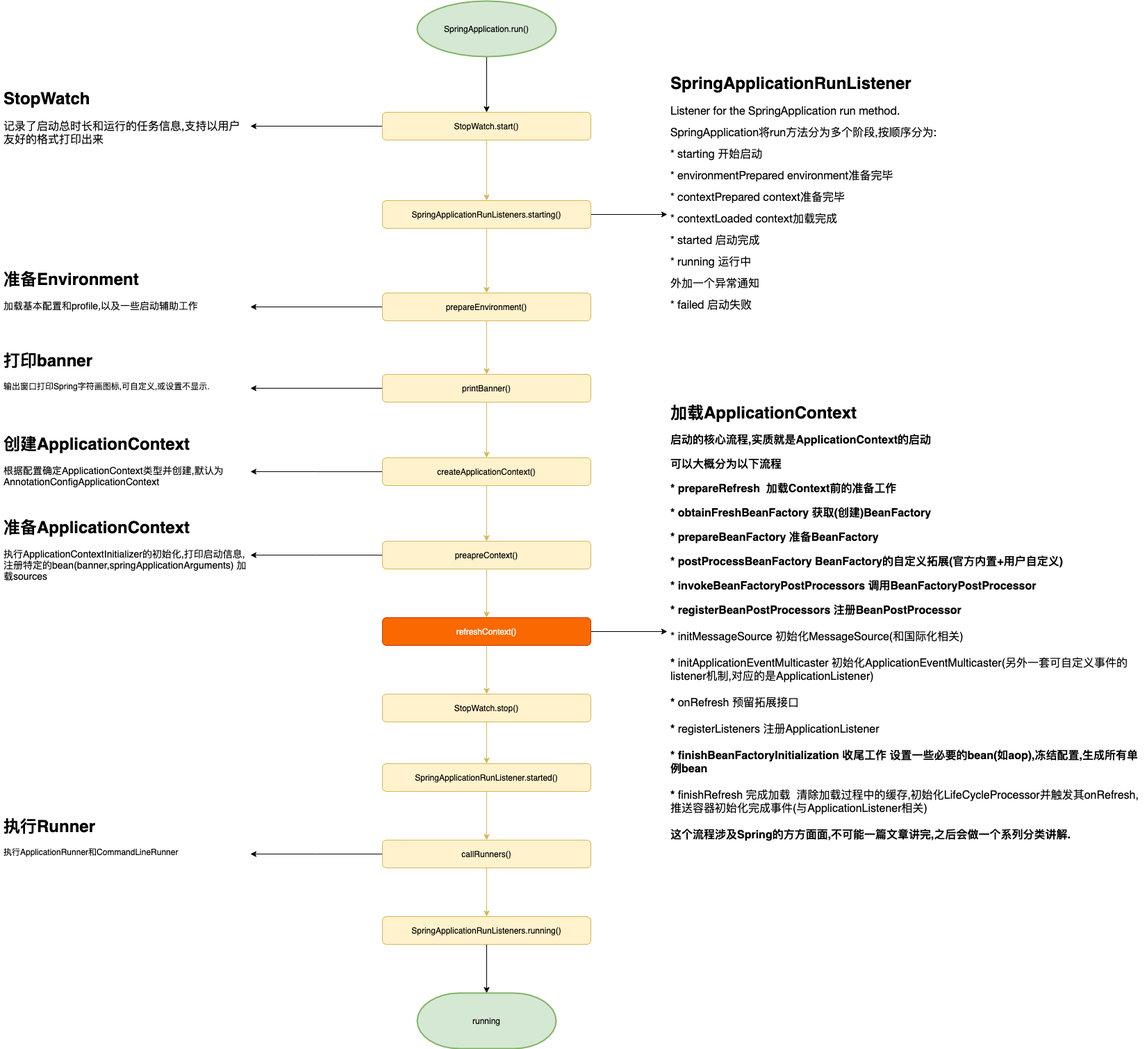
Before: article/Spring/img/SpringBoot-startup.png, a diagram exported from draw.io (alonWang/alonWang.github.io). Source tidied: cells renumbered, new cells last; positions are measured from the earlier drawing's top-left corner, leaving out a move shared by most shapes.
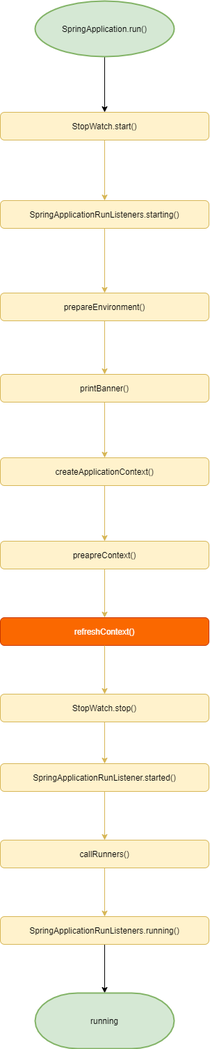
After the commit.

Change to the diagram source:
```diff
@@ -11,27 +11,18 @@
     <mxCell id="4" style="edgeStyle=orthogonalEdgeStyle;rounded=0;jettySize=auto;html=1;entryX=0.5;entryY=0;entryDx=0;entryDy=0;exitX=0.5;exitY=1;exitDx=0;exitDy=0;fillColor=#fff2cc;strokeColor=#d6b656;" parent="1" edge="1" source="6" target="17">
       <mxGeometry relative="1" as="geometry" />
     </mxCell>
-    <mxCell id="5" style="edgeStyle=orthogonalEdgeStyle;rounded=0;jettySize=auto;html=1;entryX=1;entryY=0.5;entryDx=0;entryDy=0;" parent="1" edge="1" source="6" target="29">
-      <mxGeometry relative="1" as="geometry" />
-    </mxCell>
     <mxCell id="6" value="StopWatch.start()" style="rounded=1;whiteSpace=wrap;html=1;fillColor=#fff2cc;strokeColor=#d6b656;" parent="1" vertex="1">
       <mxGeometry x="550" y="160" width="300" height="40" as="geometry" />
     </mxCell>
     <mxCell id="7" style="edgeStyle=orthogonalEdgeStyle;rounded=0;jettySize=auto;html=1;exitX=0.5;exitY=1;exitDx=0;exitDy=0;entryX=0.5;entryY=0;entryDx=0;entryDy=0;fillColor=#fff2cc;strokeColor=#d6b656;" parent="1" edge="1" source="9" target="32">
       <mxGeometry relative="1" as="geometry" />
     </mxCell>
-    <mxCell id="8" style="edgeStyle=orthogonalEdgeStyle;rounded=0;jettySize=auto;html=1;entryX=1;entryY=0.5;entryDx=0;entryDy=0;" parent="1" edge="1" source="9" target="37">
-      <mxGeometry relative="1" as="geometry" />
-    </mxCell>
     <mxCell id="9" value="prepareEnvironment()" style="rounded=1;whiteSpace=wrap;html=1;fillColor=#fff2cc;strokeColor=#d6b656;" parent="1" vertex="1">
       <mxGeometry x="550" y="420" width="300" height="40" as="geometry" />
     </mxCell>
     <mxCell id="10" style="edgeStyle=orthogonalEdgeStyle;rounded=0;jettySize=auto;html=1;fillColor=#fff2cc;strokeColor=#d6b656;" parent="1" edge="1" source="12" target="14">
       <mxGeometry relative="1" as="geometry" />
     </mxCell>
-    <mxCell id="11" style="edgeStyle=orthogonalEdgeStyle;rounded=0;jettySize=auto;html=1;" parent="1" edge="1" source="12" target="42">
-      <mxGeometry relative="1" as="geometry" />
-    </mxCell>
     <mxCell id="12" value="callRunners()" style="rounded=1;whiteSpace=wrap;html=1;fillColor=#fff2cc;strokeColor=#d6b656;" parent="1" vertex="1">
       <mxGeometry x="550" y="1207" width="300" height="40" as="geometry" />
     </mxCell>
@@ -44,24 +35,15 @@
     <mxCell id="15" style="edgeStyle=orthogonalEdgeStyle;rounded=0;jettySize=auto;html=1;exitX=0.5;exitY=1;exitDx=0;exitDy=0;entryX=0.5;entryY=0;entryDx=0;entryDy=0;fillColor=#fff2cc;strokeColor=#d6b656;" parent="1" edge="1" source="17" target="9">
       <mxGeometry relative="1" as="geometry" />
     </mxCell>
-    <mxCell id="16" style="edgeStyle=orthogonalEdgeStyle;rounded=0;jettySize=auto;html=1;entryX=0;entryY=0.5;entryDx=0;entryDy=0;" parent="1" edge="1" source="17" target="36">
-      <mxGeometry relative="1" as="geometry" />
-    </mxCell>
     <mxCell id="17" value="SpringApplicationRunListeners.starting()" style="rounded=1;whiteSpace=wrap;html=1;fillColor=#fff2cc;strokeColor=#d6b656;" parent="1" vertex="1">
       <mxGeometry x="550" y="287" width="300" height="40" as="geometry" />
     </mxCell>
     <mxCell id="18" style="edgeStyle=orthogonalEdgeStyle;rounded=0;jettySize=auto;html=1;fillColor=#fff2cc;strokeColor=#d6b656;" parent="1" edge="1" source="20" target="22">
       <mxGeometry relative="1" as="geometry" />
     </mxCell>
-    <mxCell id="19" style="edgeStyle=orthogonalEdgeStyle;rounded=0;jettySize=auto;html=1;" parent="1" edge="1" source="20" target="40">
-      <mxGeometry relative="1" as="geometry" />
-    </mxCell>
     <mxCell id="20" value="preapreContext()" style="rounded=1;whiteSpace=wrap;html=1;fillColor=#fff2cc;strokeColor=#d6b656;" parent="1" vertex="1">
       <mxGeometry x="550" y="777" width="300" height="40" as="geometry" />
     </mxCell>
-    <mxCell id="21" style="edgeStyle=orthogonalEdgeStyle;rounded=0;jettySize=auto;html=1;entryX=0;entryY=0.5;entryDx=0;entryDy=0;" parent="1" edge="1" source="22" target="41">
-      <mxGeometry relative="1" as="geometry" />
-    </mxCell>
     <mxCell id="22" value="refreshContext()" style="rounded=1;whiteSpace=wrap;html=1;fillColor=#fa6800;strokeColor=#C73500;fontColor=#ffffff;" parent="1" vertex="1">
       <mxGeometry x="550" y="887" width="300" height="40" as="geometry" />
     </mxCell>
@@ -83,47 +65,17 @@
     <mxCell id="28" value="running" style="strokeWidth=2;html=1;shape=mxgraph.flowchart.terminator;whiteSpace=wrap;fillColor=#d5e8d4;strokeColor=#82b366;" parent="1" vertex="1">
       <mxGeometry x="600" y="1427" width="200" height="80" as="geometry" />
     </mxCell>
-    <mxCell id="29" value="&lt;h1&gt;StopWatch&lt;/h1&gt;&lt;p&gt;&lt;span style=&quot;font-family: &amp;#34;open sans&amp;#34; , &amp;#34;clear sans&amp;#34; , &amp;#34;helvetica neue&amp;#34; , &amp;#34;helvetica&amp;#34; , &amp;#34;arial&amp;#34; , sans-serif ; font-size: 16px ; background-color: rgb(255 , 255 , 255)&quot;&gt;记录了启动总时长和运行的任务信息,支持以用户友好的格式打印出来&lt;/span&gt;&lt;br&gt;&lt;/p&gt;" style="text;html=1;fillColor=none;spacing=5;spacingTop=-20;whiteSpace=wrap;overflow=hidden;rounded=0;" parent="1" vertex="1">
-      <mxGeometry y="120.8" width="360" height="118.5" as="geometry" />
-    </mxCell>
     <mxCell id="30" style="edgeStyle=orthogonalEdgeStyle;rounded=0;jettySize=auto;html=1;exitX=0.5;exitY=1;exitDx=0;exitDy=0;entryX=0.5;entryY=0;entryDx=0;entryDy=0;fillColor=#fff2cc;strokeColor=#d6b656;" parent="1" edge="1" source="32" target="35">
       <mxGeometry relative="1" as="geometry" />
     </mxCell>
-    <mxCell id="31" style="edgeStyle=orthogonalEdgeStyle;rounded=0;jettySize=auto;html=1;exitX=0;exitY=0.5;exitDx=0;exitDy=0;entryX=1;entryY=0.5;entryDx=0;entryDy=0;" parent="1" edge="1" source="32" target="38">
-      <mxGeometry relative="1" as="geometry" />
-    </mxCell>
     <mxCell id="32" value="printBanner()" style="rounded=1;whiteSpace=wrap;html=1;fillColor=#fff2cc;strokeColor=#d6b656;" parent="1" vertex="1">
       <mxGeometry x="550" y="537" width="300" height="40" as="geometry" />
     </mxCell>
     <mxCell id="33" style="edgeStyle=orthogonalEdgeStyle;rounded=0;jettySize=auto;html=1;exitX=0.5;exitY=1;exitDx=0;exitDy=0;entryX=0.5;entryY=0;entryDx=0;entryDy=0;fillColor=#fff2cc;strokeColor=#d6b656;" parent="1" edge="1" source="35" target="20">
       <mxGeometry relative="1" as="geometry" />
     </mxCell>
-    <mxCell id="34" style="edgeStyle=orthogonalEdgeStyle;rounded=0;jettySize=auto;html=1;" parent="1" edge="1" source="35" target="39">
-      <mxGeometry relative="1" as="geometry" />
-    </mxCell>
     <mxCell id="35" value="createApplicationContext()" style="rounded=1;whiteSpace=wrap;html=1;fillColor=#fff2cc;strokeColor=#d6b656;" parent="1" vertex="1">
       <mxGeometry x="550" y="657" width="300" height="40" as="geometry" />
     </mxCell>
-    <mxCell id="36" value="&lt;h1&gt;SpringApplicationRunListener&lt;/h1&gt;&lt;p&gt;&lt;font face=&quot;open sans, clear sans, helvetica neue, helvetica, arial, sans-serif&quot;&gt;&lt;span style=&quot;font-size: 16px ; background-color: rgb(255 , 255 , 255)&quot;&gt;Listener for the SpringApplication run method.&lt;/span&gt;&lt;/font&gt;&lt;/p&gt;&lt;p&gt;&lt;font face=&quot;open sans, clear sans, helvetica neue, helvetica, arial, sans-serif&quot;&gt;&lt;span style=&quot;font-size: 16px ; background-color: rgb(255 , 255 , 255)&quot;&gt;SpringApplication将run方法分为多个阶段,&lt;/span&gt;&lt;/font&gt;&lt;span style=&quot;background-color: rgb(255 , 255 , 255) ; font-size: 16px ; font-family: &amp;#34;open sans&amp;#34; , &amp;#34;clear sans&amp;#34; , &amp;#34;helvetica neue&amp;#34; , &amp;#34;helvetica&amp;#34; , &amp;#34;arial&amp;#34; , sans-serif&quot;&gt;按顺序分为:&lt;/span&gt;&lt;/p&gt;&lt;p&gt;&lt;font face=&quot;open sans, clear sans, helvetica neue, helvetica, arial, sans-serif&quot;&gt;&lt;span style=&quot;font-size: 16px ; background-color: rgb(255 , 255 , 255)&quot;&gt;* starting 开始启动&lt;/span&gt;&lt;/font&gt;&lt;/p&gt;&lt;p&gt;&lt;font face=&quot;open sans, clear sans, helvetica neue, helvetica, arial, sans-serif&quot;&gt;&lt;span style=&quot;font-size: 16px ; background-color: rgb(255 , 255 , 255)&quot;&gt;* environmentPrepared environment准备完毕&lt;/span&gt;&lt;/font&gt;&lt;/p&gt;&lt;p&gt;&lt;font face=&quot;open sans, clear sans, helvetica neue, helvetica, arial, sans-serif&quot;&gt;&lt;span style=&quot;font-size: 16px ; background-color: rgb(255 , 255 , 255)&quot;&gt;* contextPrepared context准备完毕&lt;/span&gt;&lt;/font&gt;&lt;/p&gt;&lt;p&gt;&lt;font face=&quot;open sans, clear sans, helvetica neue, helvetica, arial, sans-serif&quot;&gt;&lt;span style=&quot;font-size: 16px ; background-color: rgb(255 , 255 , 255)&quot;&gt;* contextLoaded context加载完成&lt;/span&gt;&lt;/font&gt;&lt;/p&gt;&lt;p&gt;&lt;font face=&quot;open sans, clear sans, helvetica neue, helvetica, arial, sans-serif&quot;&gt;&lt;span style=&quot;font-size: 16px ; background-color: rgb(255 , 255 , 255)&quot;&gt;* started 启动完成&lt;/span&gt;&lt;/font&gt;&lt;/p&gt;&lt;p&gt;&lt;font face=&quot;open sans, clear sans, helvetica neue, helvetica, arial, sans-serif&quot;&gt;&lt;span style=&quot;font-size: 16px ; background-color: rgb(255 , 255 , 255)&quot;&gt;* running 运行中&lt;/span&gt;&lt;/font&gt;&lt;/p&gt;&lt;p&gt;&lt;font face=&quot;open sans, clear sans, helvetica neue, helvetica, arial, sans-serif&quot;&gt;&lt;span style=&quot;font-size: 16px ; background-color: rgb(255 , 255 , 255)&quot;&gt;外加一个异常通知&lt;/span&gt;&lt;/font&gt;&lt;/p&gt;&lt;p&gt;&lt;font face=&quot;open sans, clear sans, helvetica neue, helvetica, arial, sans-serif&quot;&gt;&lt;span style=&quot;font-size: 16px ; background-color: rgb(255 , 255 , 255)&quot;&gt;* failed 启动失败&lt;/span&gt;&lt;/font&gt;&lt;/p&gt;&lt;p&gt;&lt;font face=&quot;open sans, clear sans, helvetica neue, helvetica, arial, sans-serif&quot;&gt;&lt;span style=&quot;font-size: 16px ; background-color: rgb(255 , 255 , 255)&quot;&gt;&lt;br&gt;&lt;/span&gt;&lt;/font&gt;&lt;/p&gt;&lt;p&gt;&lt;font face=&quot;open sans, clear sans, helvetica neue, helvetica, arial, sans-serif&quot;&gt;&lt;span style=&quot;font-size: 16px ; background-color: rgb(255 , 255 , 255)&quot;&gt;&lt;br&gt;&lt;/span&gt;&lt;/font&gt;&lt;/p&gt;&lt;p&gt;&lt;font face=&quot;open sans, clear sans, helvetica neue, helvetica, arial, sans-serif&quot;&gt;&lt;span style=&quot;font-size: 16px ; background-color: rgb(255 , 255 , 255)&quot;&gt;&lt;br&gt;&lt;/span&gt;&lt;/font&gt;&lt;/p&gt;&lt;p&gt;&lt;font face=&quot;open sans, clear sans, helvetica neue, helvetica, arial, sans-serif&quot;&gt;&lt;span style=&quot;font-size: 16px ; background-color: rgb(255 , 255 , 255)&quot;&gt;&lt;br&gt;&lt;/span&gt;&lt;/font&gt;&lt;/p&gt;&lt;p&gt;&lt;font face=&quot;open sans, clear sans, helvetica neue, helvetica, arial, sans-serif&quot;&gt;&lt;span style=&quot;font-size: 16px ; background-color: rgb(255 , 255 , 255)&quot;&gt;&lt;br&gt;&lt;/span&gt;&lt;/font&gt;&lt;/p&gt;&lt;p&gt;&lt;font face=&quot;open sans, clear sans, helvetica neue, helvetica, arial, sans-serif&quot;&gt;&lt;span style=&quot;font-size: 16px ; background-color: rgb(255 , 255 , 255)&quot;&gt;&lt;br&gt;&lt;/span&gt;&lt;/font&gt;&lt;/p&gt;&lt;p&gt;&lt;font face=&quot;open sans, clear sans, helvetica neue, helvetica, arial, sans-serif&quot;&gt;&lt;span style=&quot;font-size: 16px ; background-color: rgb(255 , 255 , 255)&quot;&gt;&lt;br&gt;&lt;/span&gt;&lt;/font&gt;&lt;/p&gt;&lt;p&gt;&lt;font face=&quot;open sans, clear sans, helvetica neue, helvetica, arial, sans-serif&quot;&gt;&lt;span style=&quot;font-size: 16px ; background-color: rgb(255 , 255 , 255)&quot;&gt;&lt;br&gt;&lt;/span&gt;&lt;/font&gt;&lt;/p&gt;&lt;p&gt;&lt;font face=&quot;open sans, clear sans, helvetica neue, helvetica, arial, sans-serif&quot;&gt;&lt;span style=&quot;font-size: 16px ; background-color: rgb(255 , 255 , 255)&quot;&gt;&lt;br&gt;&lt;/span&gt;&lt;/font&gt;&lt;/p&gt;&lt;p&gt;&lt;font face=&quot;open sans, clear sans, helvetica neue, helvetica, arial, sans-serif&quot;&gt;&lt;span style=&quot;font-size: 16px ; background-color: rgb(255 , 255 , 255)&quot;&gt;&lt;br&gt;&lt;/span&gt;&lt;/font&gt;&lt;/p&gt;&lt;p&gt;&lt;font face=&quot;open sans, clear sans, helvetica neue, helvetica, arial, sans-serif&quot;&gt;&lt;span style=&quot;font-size: 16px ; background-color: rgb(255 , 255 , 255)&quot;&gt;&lt;br&gt;&lt;/span&gt;&lt;/font&gt;&lt;/p&gt;" style="text;html=1;fillColor=none;spacing=5;spacingTop=-20;whiteSpace=wrap;overflow=hidden;rounded=0;" parent="1" vertex="1">
-      <mxGeometry x="960" y="99.3" width="600" height="415.4" as="geometry" />
-    </mxCell>
-    <mxCell id="37" value="&lt;h1&gt;准备Environment&lt;/h1&gt;&lt;p&gt;&lt;font style=&quot;font-size: 14px&quot;&gt;加载基本配置和profile,以及一些启动辅助工作&lt;/font&gt;&lt;/p&gt;" style="text;html=1;fillColor=none;spacing=5;spacingTop=-20;whiteSpace=wrap;overflow=hidden;rounded=0;" parent="1" vertex="1">
-      <mxGeometry y="380.8" width="360" height="118.5" as="geometry" />
-    </mxCell>
-    <mxCell id="38" value="&lt;h1&gt;打印banner&lt;/h1&gt;&lt;p&gt;输出窗口打印Spring字符画图标,可自定义,或设置不显示.&lt;/p&gt;" style="text;html=1;fillColor=none;spacing=5;spacingTop=-20;whiteSpace=wrap;overflow=hidden;rounded=0;" parent="1" vertex="1">
-      <mxGeometry y="497.8" width="360" height="118.5" as="geometry" />
-    </mxCell>
-    <mxCell id="39" value="&lt;h1&gt;创建ApplicationContext&lt;/h1&gt;&lt;p&gt;&lt;font style=&quot;font-size: 14px&quot;&gt;根据配置确定ApplicationContext类型并创建,默认为AnnotationConfigApplicationContext&lt;/font&gt;&lt;/p&gt;" style="text;html=1;fillColor=none;spacing=5;spacingTop=-20;whiteSpace=wrap;overflow=hidden;rounded=0;" parent="1" vertex="1">
-      <mxGeometry y="617.8" width="360" height="118.5" as="geometry" />
-    </mxCell>
-    <mxCell id="40" value="&lt;h1&gt;准备ApplicationContext&lt;/h1&gt;&lt;p&gt;&lt;font style=&quot;font-size: 14px&quot;&gt;执行ApplicationContextInitializer的初始化,打印启动信息,注册特定的bean(banner,springApplicationArguments) 加载sources&lt;/font&gt;&lt;/p&gt;" style="text;html=1;fillColor=none;spacing=5;spacingTop=-20;whiteSpace=wrap;overflow=hidden;rounded=0;" parent="1" vertex="1">
-      <mxGeometry y="737.8" width="360" height="118.5" as="geometry" />
-    </mxCell>
-    <mxCell id="41" value="&lt;h1&gt;加载ApplicationContext&lt;/h1&gt;&lt;p style=&quot;font-size: 16px&quot;&gt;&lt;b&gt;启动的核心&lt;font style=&quot;font-size: 16px&quot;&gt;流程,实质就是ApplicationContext的启动&lt;/font&gt;&lt;/b&gt;&lt;/p&gt;&lt;p style=&quot;font-size: 16px&quot;&gt;&lt;b&gt;&lt;font style=&quot;font-size: 16px&quot;&gt;可以大概分为以下流程&lt;/font&gt;&lt;/b&gt;&lt;/p&gt;&lt;p style=&quot;font-size: 16px&quot;&gt;&lt;b&gt;&lt;font style=&quot;font-size: 16px&quot;&gt;* prepareRefresh&amp;nbsp; 加载Context前的准备工作&lt;/font&gt;&lt;/b&gt;&lt;/p&gt;&lt;p style=&quot;font-size: 16px&quot;&gt;&lt;b&gt;&lt;font style=&quot;font-size: 16px&quot;&gt;* obtainFreshBeanFactory 获取(创建)BeanFactory&lt;/font&gt;&lt;/b&gt;&lt;/p&gt;&lt;p style=&quot;font-size: 16px&quot;&gt;&lt;b&gt;&lt;font style=&quot;font-size: 16px&quot;&gt;* prepareBeanFactory 准备BeanFactory&lt;/font&gt;&lt;/b&gt;&lt;/p&gt;&lt;p style=&quot;font-size: 16px&quot;&gt;&lt;b&gt;&lt;font style=&quot;font-size: 16px&quot;&gt;* postProcessBeanFactory BeanFactory的自定义拓展(官方内置+用户自定义)&lt;/font&gt;&lt;/b&gt;&lt;/p&gt;&lt;p style=&quot;font-size: 16px&quot;&gt;&lt;b&gt;&lt;font style=&quot;font-size: 16px&quot;&gt;* invokeBeanFactoryPostProcessors 调用BeanFactoryPostProcessor&lt;/font&gt;&lt;/b&gt;&lt;/p&gt;&lt;span style=&quot;font-size: 16px&quot;&gt;&lt;b&gt;* registerBeanPostProcessors 注册BeanPostProcessor&lt;/b&gt;&lt;br&gt;&lt;br&gt;* initMessageSource 初始化MessageSource(和国际化相关)&lt;br&gt;&lt;br&gt;&lt;b&gt;* &lt;/b&gt;initApplicationEventMulticaster 初始化ApplicationEventMulticaster(另外一套可自定义事件的listener机制,对应的是ApplicationListener)&lt;br&gt;&lt;br&gt;&lt;b&gt;* &lt;/b&gt;onRefresh 预留拓展接口&lt;br&gt;&lt;br&gt;&lt;b&gt;*&lt;/b&gt; registerListeners 注册ApplicationListener&lt;br&gt;&lt;br&gt;&lt;b&gt;* finishBeanFactoryInitialization 收尾工作 设置一些必要的bean(如aop),冻结配置,生成所有单例bean&lt;/b&gt;&lt;br&gt;&lt;br&gt;&lt;b&gt;* &lt;/b&gt;finishRefresh 完成加载&amp;nbsp; 清除加载过程中的缓存,初始化LifeCycleProcessor并触发其onRefresh,推送容器初始化完成事件(与ApplicationListener相关)&lt;br&gt;&lt;br&gt;&lt;b&gt;这个流程涉及Spring的方方面面,不可能一篇文章讲完,之后会做一个系列分类讲解.&lt;/b&gt;&lt;br&gt;&lt;br&gt;&lt;br&gt;&lt;/span&gt;&lt;br&gt;&lt;p style=&quot;font-size: 16px&quot;&gt;&lt;b&gt;&lt;font style=&quot;font-size: 16px&quot;&gt;&amp;nbsp;&lt;/font&gt;&lt;/b&gt;&lt;/p&gt;&lt;p style=&quot;font-size: 16px&quot;&gt;&lt;b&gt;&lt;font style=&quot;font-size: 16px&quot;&gt;&lt;br&gt;&lt;/font&gt;&lt;/b&gt;&lt;/p&gt;" style="text;html=1;fillColor=none;spacing=5;spacingTop=-20;whiteSpace=wrap;overflow=hidden;rounded=0;strokeColor=none;" parent="1" vertex="1">
-      <mxGeometry x="960" y="573.4" width="690" height="667.3" as="geometry" />
-    </mxCell>
-    <mxCell id="42" value="&lt;h1&gt;执行Runner&lt;/h1&gt;&lt;div&gt;执行ApplicationRunner和CommandLineRunner&lt;/div&gt;" style="text;html=1;fillColor=none;spacing=5;spacingTop=-20;whiteSpace=wrap;overflow=hidden;rounded=0;" parent="1" vertex="1">
-      <mxGeometry y="1167.8" width="360" height="118.5" as="geometry" />
-    </mxCell>
   </root>
 </mxGraphModel>
```
